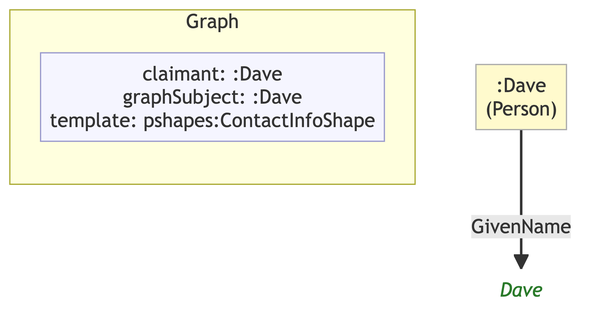
Above: example/graphs/images/graph-05.png in MeeFoundation/mia-ontologies (Mermaid), before the change. Its source is kept beside it as example/graphs/images/graph-05.mmd.
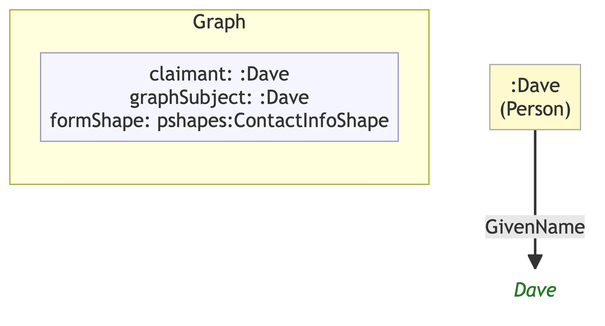
After the change.

What changed in the source:
```diff
@@ -7,10 +7,10 @@
 
     subgraph ctx["Graph"]
         direction LR
-        ctx_meta["claimant: :Dave\ngraphSubject: :Dave\ntemplate: pshapes:ContactInfoShape"]:::meta
+        ctx_meta["claimant: :Dave\ngraphSubject: :Dave\nformShape: pshapes:ContactInfoShape"]:::meta
     end
 
-    n1c28f5f47932[":Dave\n(Person)"]:::person
-    n0bb55346722f("Dave"):::lit
+    nb69bdc5e9e9b[":Dave\n(Person)"]:::person
+    n7493a574d112("Dave"):::lit
 
-    n1c28f5f47932 -->|"GivenName"| n0bb55346722f
+    nb69bdc5e9e9b -->|"GivenName"| n7493a574d112
```
